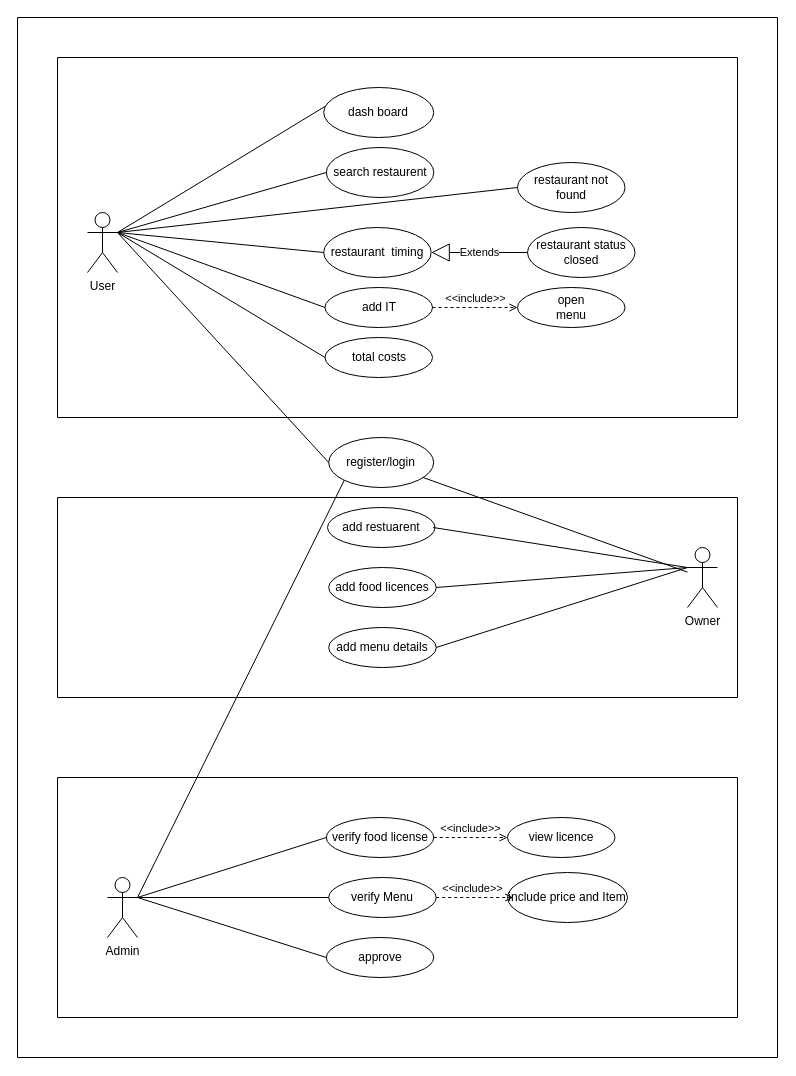
Earlier version of the draw.io diagram Untitled Diagram.drawio (NikhilBompelly/Project1). Source tidied: cells renumbered, new cells numbered last; positions are measured from the earlier drawing's top-left corner, leaving out a move shared by most shapes. Both pictures are drawn from the tidied source at 100%, with x=0, y=0 at pixel (17, 17).
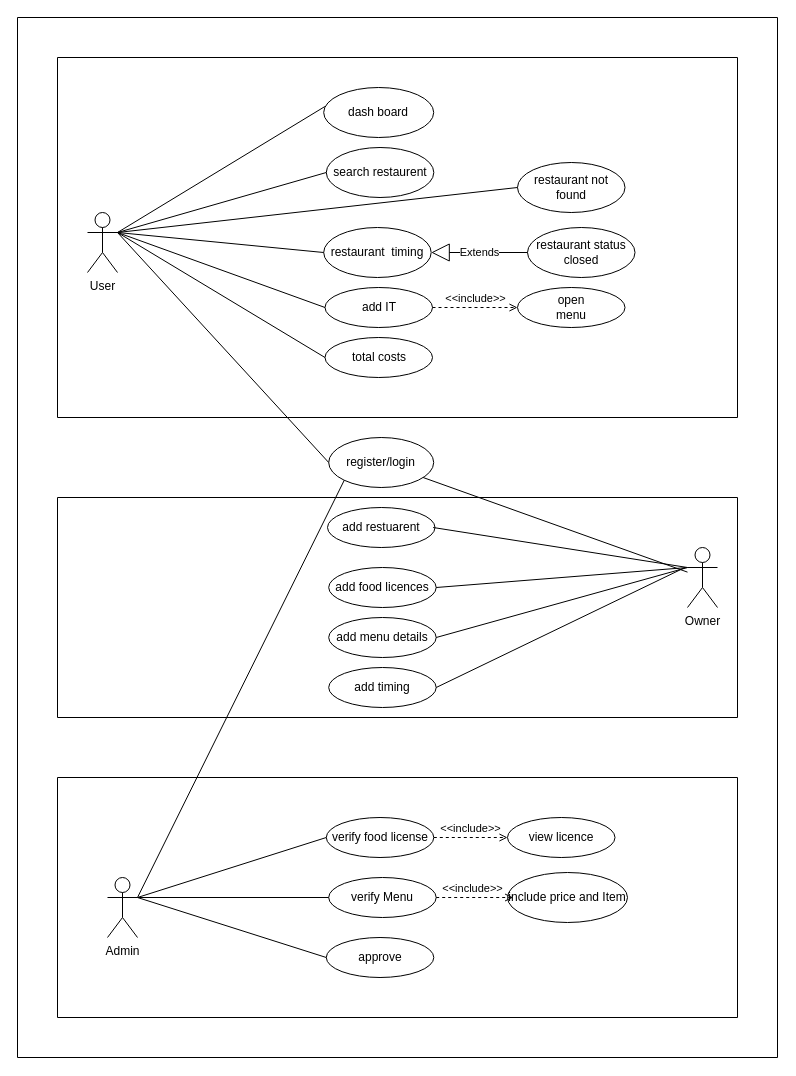
The same page after the edit.

What changed in the source:
```diff
@@
     <mxCell id="12" value="add menu details" style="ellipse;whiteSpace=wrap;html=1;" parent="1" vertex="1">
-      <mxGeometry x="311.2" y="610" width="107.5" height="40" as="geometry" />
+      <mxGeometry x="311.2" y="600" width="107.5" height="40" as="geometry" />
     </mxCell>
@@
     <mxCell id="50" style="endArrow=none;html=1;" parent="1" edge="1">
       <mxGeometry relative="1" as="geometry">
-        <mxPoint x="720" y="680" as="sourcePoint" />
+        <mxPoint x="720" y="700" as="sourcePoint" />
         <mxPoint x="720" y="480" as="targetPoint" />
       </mxGeometry>
     </mxCell>
     <mxCell id="51" style="endArrow=none;html=1;" parent="1" edge="1">
       <mxGeometry relative="1" as="geometry">
-        <mxPoint x="40" y="680" as="sourcePoint" />
-        <mxPoint x="720" y="680" as="targetPoint" />
+        <mxPoint x="40" y="700" as="sourcePoint" />
+        <mxPoint x="720" y="700" as="targetPoint" />
       </mxGeometry>
     </mxCell>
@@
     <mxCell id="53" style="endArrow=none;html=1;" parent="1" edge="1">
       <mxGeometry relative="1" as="geometry">
-        <mxPoint x="40" y="680" as="sourcePoint" />
+        <mxPoint x="40" y="700" as="sourcePoint" />
         <mxPoint x="40" y="480" as="targetPoint" />
       </mxGeometry>
     </mxCell>
@@
+    <mxCell id="58" value="add timing" style="ellipse;whiteSpace=wrap;html=1;" parent="1" vertex="1">
+      <mxGeometry x="311.2" y="650" width="107.5" height="40" as="geometry" />
+    </mxCell>
+    <mxCell id="59" style="endArrow=none;html=1;exitX=1;exitY=0.5;exitDx=0;exitDy=0;" parent="1" edge="1" source="58">
+      <mxGeometry relative="1" as="geometry">
+        <mxPoint x="667.5" y="550" as="targetPoint" />
+      </mxGeometry>
+    </mxCell>
```
